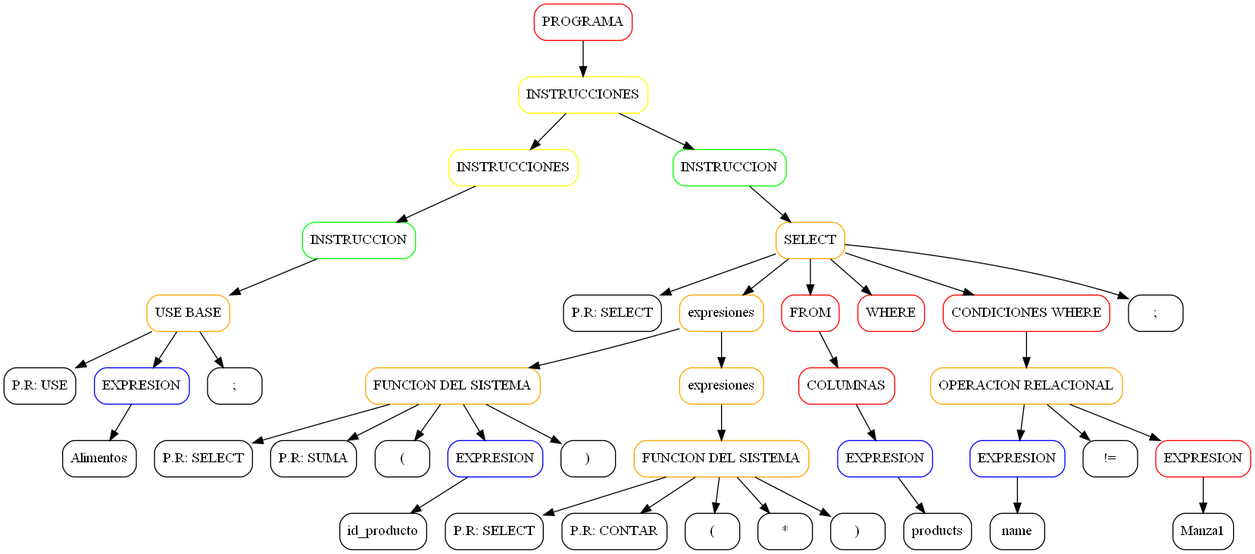
Above: REPORTES/ARBOL/Query1.png in Eduardo1232000/OLC2-Proyecto1-3013805890101-2253625030901 (Graphviz), before the change. Its source is kept beside it as REPORTES/ARBOL/Query1.dot.
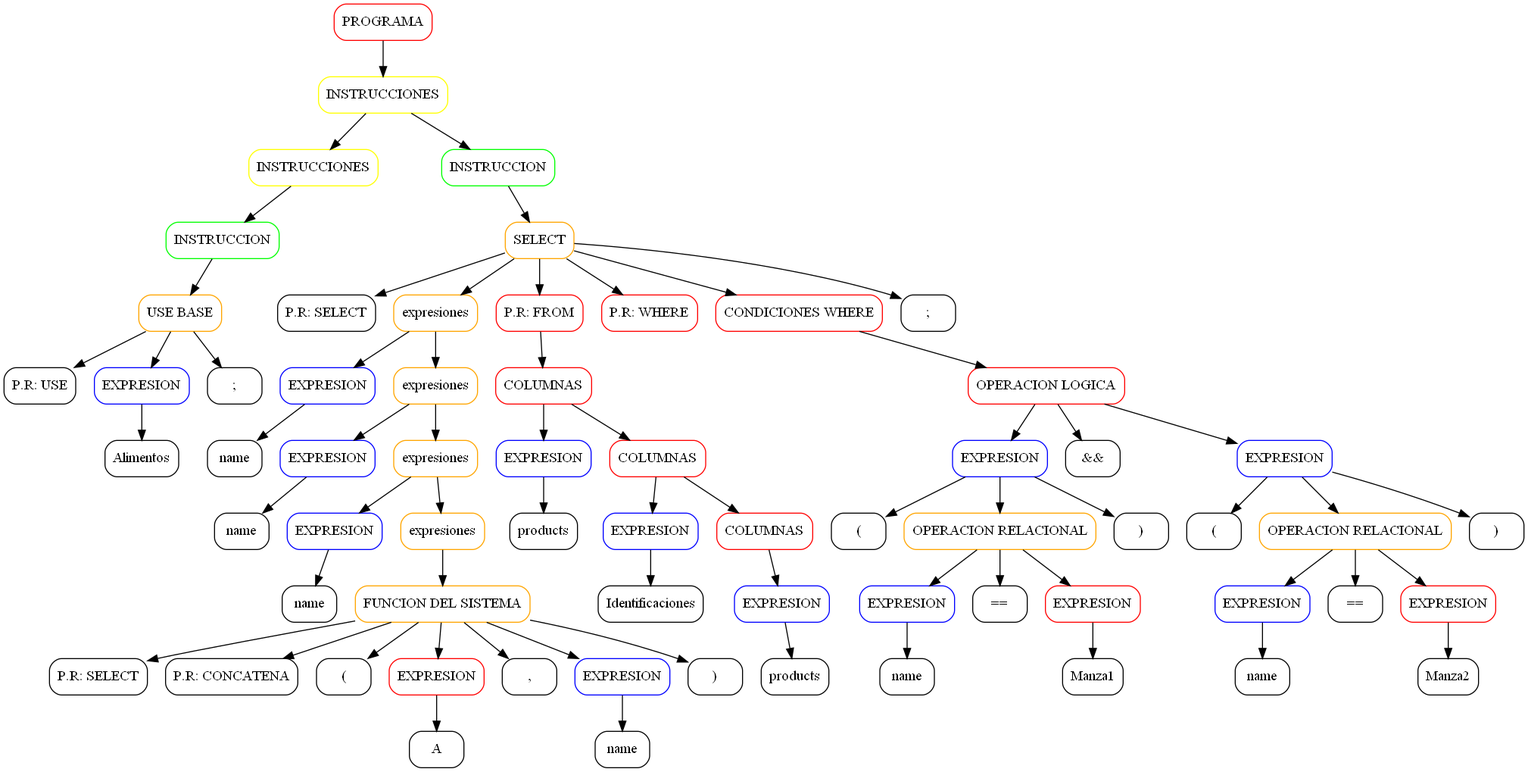
Later version of the same file.

Commit message:
[ADD] TEXTO SELECT

What changed in the source:
```diff
@@ -1,82 +1,132 @@
 digraph AST {
 node [shape=box, style=rounded];
-n4443424109[label="PROGRAMA" color="red"];
-n1885174117[label="INSTRUCCIONES" color="yellow"];
-n7953496450[label="INSTRUCCIONES" color="yellow"];
-n9101924365[label="INSTRUCCION" color="green"];
-n5226205083[label="USE BASE" color="orange"];
-n711371210[label="P.R: USE" color="black"];
-n5226205083 -> n711371210;
-n8352091294[label="EXPRESION" color="blue"];
-n3369080188[label="Alimentos" color="black"];
-n8352091294 -> n3369080188;
-n5226205083 -> n8352091294;
-n6876001930[label=";" color="black"];
-n5226205083 -> n6876001930;
-n9101924365 -> n5226205083;
-n7953496450 -> n9101924365;
-n1885174117 -> n7953496450;
-n3090485419[label="INSTRUCCION" color="green"];
-n7719328936[label="SELECT" color="ORANGE"];
-n9775137196[label="P.R: SELECT" color="black"];
-n7719328936 -> n9775137196;
-n6779857359[label="expresiones" color="ORANGE"];
-n4320183899[label="FUNCION DEL SISTEMA" color="ORANGE"];
-n223191264[label="P.R: SELECT" color="black"];
-n4320183899 -> n223191264;
-n3670337531[label="P.R: SUMA" color="black"];
-n4320183899 -> n3670337531;
-n7330399825[label="(" color="black"];
-n4320183899 -> n7330399825;
-n9748840845[label="EXPRESION" color="blue"];
-n4385318322[label="id_producto" color="black"];
-n9748840845 -> n4385318322;
-n4320183899 -> n9748840845;
-n5241557678[label=")" color="black"];
-n4320183899 -> n5241557678;
-n6779857359 -> n4320183899;
-n897207035[label="expresiones" color="ORANGE"];
-n7897277010[label="FUNCION DEL SISTEMA" color="ORANGE"];
-n1753552692[label="P.R: SELECT" color="black"];
-n7897277010 -> n1753552692;
-n6619980893[label="P.R: CONTAR" color="black"];
-n7897277010 -> n6619980893;
-n4866599418[label="(" color="black"];
-n7897277010 -> n4866599418;
-n6193928868[label="*" color="black"];
-n7897277010 -> n6193928868;
-n5723319014[label=")" color="black"];
-n7897277010 -> n5723319014;
-n897207035 -> n7897277010;
-n6779857359 -> n897207035;
-n7719328936 -> n6779857359;
-n5630614672[label="FROM" color="red"];
-n6928915338[label="COLUMNAS" color="red"];
-n9320270254[label="EXPRESION" color="blue"];
-n7720158185[label="products" color="black"];
-n9320270254 -> n7720158185;
-n6928915338 -> n9320270254;
-n5630614672 -> n6928915338;
-n7719328936 -> n5630614672;
-n3799644404[label="WHERE" color="red"];
-n7719328936 -> n3799644404;
-n636686904[label="CONDICIONES WHERE" color="red"];
-n9559810243[label="OPERACION RELACIONAL" color="orange"];
-n7150757850[label="EXPRESION" color="blue"];
-n1617738021[label="name" color="black"];
-n7150757850 -> n1617738021;
-n9559810243 -> n7150757850;
-n3515183382[label="!=" color="black"];
-n9559810243 -> n3515183382;
-n1392558560[label="EXPRESION" color="red"];
-n1060615387[label="Manza1" color="black"];
-n1392558560 -> n1060615387;
-n9559810243 -> n1392558560;
-n636686904 -> n9559810243;
-n7719328936 -> n636686904;
-n2749751211[label=";" color="black"];
-n7719328936 -> n2749751211;
-n3090485419 -> n7719328936;
-n1885174117 -> n3090485419;
-n4443424109 -> n1885174117;
+n304835561[label="PROGRAMA" color="red"];
+n854086298[label="INSTRUCCIONES" color="yellow"];
+n3271418835[label="INSTRUCCIONES" color="yellow"];
+n9239052826[label="INSTRUCCION" color="green"];
+n592395920[label="USE BASE" color="orange"];
+n3776908443[label="P.R: USE" color="black"];
+n592395920 -> n3776908443;
+n5041278485[label="EXPRESION" color="blue"];
+n4696960486[label="Alimentos" color="black"];
+n5041278485 -> n4696960486;
+n592395920 -> n5041278485;
+n6708772140[label=";" color="black"];
+n592395920 -> n6708772140;
+n9239052826 -> n592395920;
+n3271418835 -> n9239052826;
+n854086298 -> n3271418835;
+n4913623944[label="INSTRUCCION" color="green"];
+n6045179247[label="SELECT" color="ORANGE"];
+n4892068501[label="P.R: SELECT" color="black"];
+n6045179247 -> n4892068501;
+n1400454394[label="expresiones" color="ORANGE"];
+n4825058019[label="EXPRESION" color="blue"];
+n996822011[label="name" color="black"];
+n4825058019 -> n996822011;
+n1400454394 -> n4825058019;
+n384580214[label="expresiones" color="ORANGE"];
+n6207276029[label="EXPRESION" color="blue"];
+n5340672426[label="name" color="black"];
+n6207276029 -> n5340672426;
+n384580214 -> n6207276029;
+n8730947817[label="expresiones" color="ORANGE"];
+n2839041062[label="EXPRESION" color="blue"];
+n2700061818[label="name" color="black"];
+n2839041062 -> n2700061818;
+n8730947817 -> n2839041062;
+n5286184348[label="expresiones" color="ORANGE"];
+n9757125588[label="FUNCION DEL SISTEMA" color="ORANGE"];
+n8611812489[label="P.R: SELECT" color="black"];
+n9757125588 -> n8611812489;
+n5461343717[label="P.R: CONCATENA" color="black"];
+n9757125588 -> n5461343717;
+n2571965965[label="(" color="black"];
+n9757125588 -> n2571965965;
+n5259605929[label="EXPRESION" color="red"];
+n3628351277[label="A" color="black"];
+n5259605929 -> n3628351277;
+n9757125588 -> n5259605929;
+n4902537153[label="," color="black"];
+n9757125588 -> n4902537153;
+n5435718769[label="EXPRESION" color="blue"];
+n5602721836[label="name" color="black"];
+n5435718769 -> n5602721836;
+n9757125588 -> n5435718769;
+n6489729917[label=")" color="black"];
+n9757125588 -> n6489729917;
+n5286184348 -> n9757125588;
+n8730947817 -> n5286184348;
+n384580214 -> n8730947817;
+n1400454394 -> n384580214;
+n6045179247 -> n1400454394;
+n9570268389[label="P.R: FROM" color="red"];
+n8683395020[label="COLUMNAS" color="red"];
+n4007949557[label="EXPRESION" color="blue"];
+n7033670262[label="products" color="black"];
+n4007949557 -> n7033670262;
+n8683395020 -> n4007949557;
+n5433109382[label="COLUMNAS" color="red"];
+n6382721175[label="EXPRESION" color="blue"];
+n855527845[label="Identificaciones" color="black"];
+n6382721175 -> n855527845;
+n5433109382 -> n6382721175;
+n6188419491[label="COLUMNAS" color="red"];
+n7418752950[label="EXPRESION" color="blue"];
+n6305317958[label="products" color="black"];
+n7418752950 -> n6305317958;
+n6188419491 -> n7418752950;
+n5433109382 -> n6188419491;
+n8683395020 -> n5433109382;
+n9570268389 -> n8683395020;
+n6045179247 -> n9570268389;
+n3669581541[label="P.R: WHERE" color="red"];
+n6045179247 -> n3669581541;
+n1759013593[label="CONDICIONES WHERE" color="red"];
+n474708463[label="OPERACION LOGICA" color="red"];
+n8121348376[label="EXPRESION" color="blue"];
+n338147114[label="(" color="black"];
+n8121348376 -> n338147114;
+n686056758[label="OPERACION RELACIONAL" color="orange"];
+n9067474028[label="EXPRESION" color="blue"];
+n9338340325[label="name" color="black"];
+n9067474028 -> n9338340325;
+n686056758 -> n9067474028;
+n3049288986[label="==" color="black"];
+n686056758 -> n3049288986;
+n5935851123[label="EXPRESION" color="red"];
+n9315869964[label="Manza1" color="black"];
+n5935851123 -> n9315869964;
+n686056758 -> n5935851123;
+n8121348376 -> n686056758;
+n8852199506[label=")" color="black"];
+n8121348376 -> n8852199506;
+n474708463 -> n8121348376;
+n3537353135[label="&&" color="black"];
+n474708463 -> n3537353135;
+n737419807[label="EXPRESION" color="blue"];
+n3735931875[label="(" color="black"];
+n737419807 -> n3735931875;
+n5415890179[label="OPERACION RELACIONAL" color="orange"];
+n3677450135[label="EXPRESION" color="blue"];
+n8669384247[label="name" color="black"];
+n3677450135 -> n8669384247;
+n5415890179 -> n3677450135;
+n5413997442[label="==" color="black"];
+n5415890179 -> n5413997442;
+n1637447634[label="EXPRESION" color="red"];
+n7986565868[label="Manza2" color="black"];
+n1637447634 -> n7986565868;
+n5415890179 -> n1637447634;
+n737419807 -> n5415890179;
+n9095991078[label=")" color="black"];
+n737419807 -> n9095991078;
+n474708463 -> n737419807;
+n1759013593 -> n474708463;
+n6045179247 -> n1759013593;
+n5011771079[label=";" color="black"];
+n6045179247 -> n5011771079;
+n4913623944 -> n6045179247;
+n854086298 -> n4913623944;
+n304835561 -> n854086298;
 }
```
